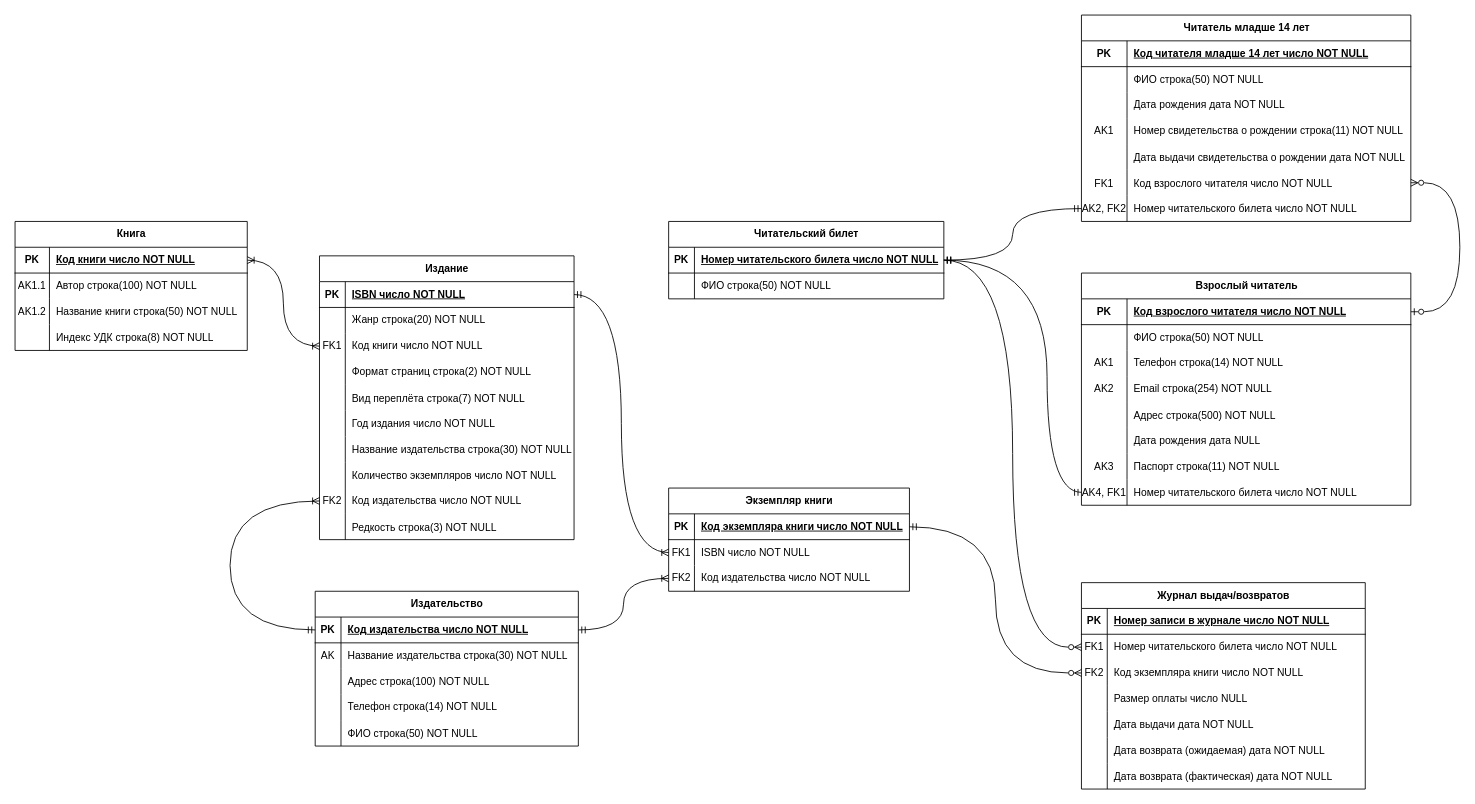
Above: Задание2_Яковенко.drawio in valentinayakov/DB_edu (draw.io), before the change. Source tidied: cells renumbered, new cells numbered last; positions are measured from the earlier drawing's top-left corner, leaving out a move shared by most shapes. Both pictures are drawn from the tidied source at 86%, with x=0, y=0 at pixel (15, 15).
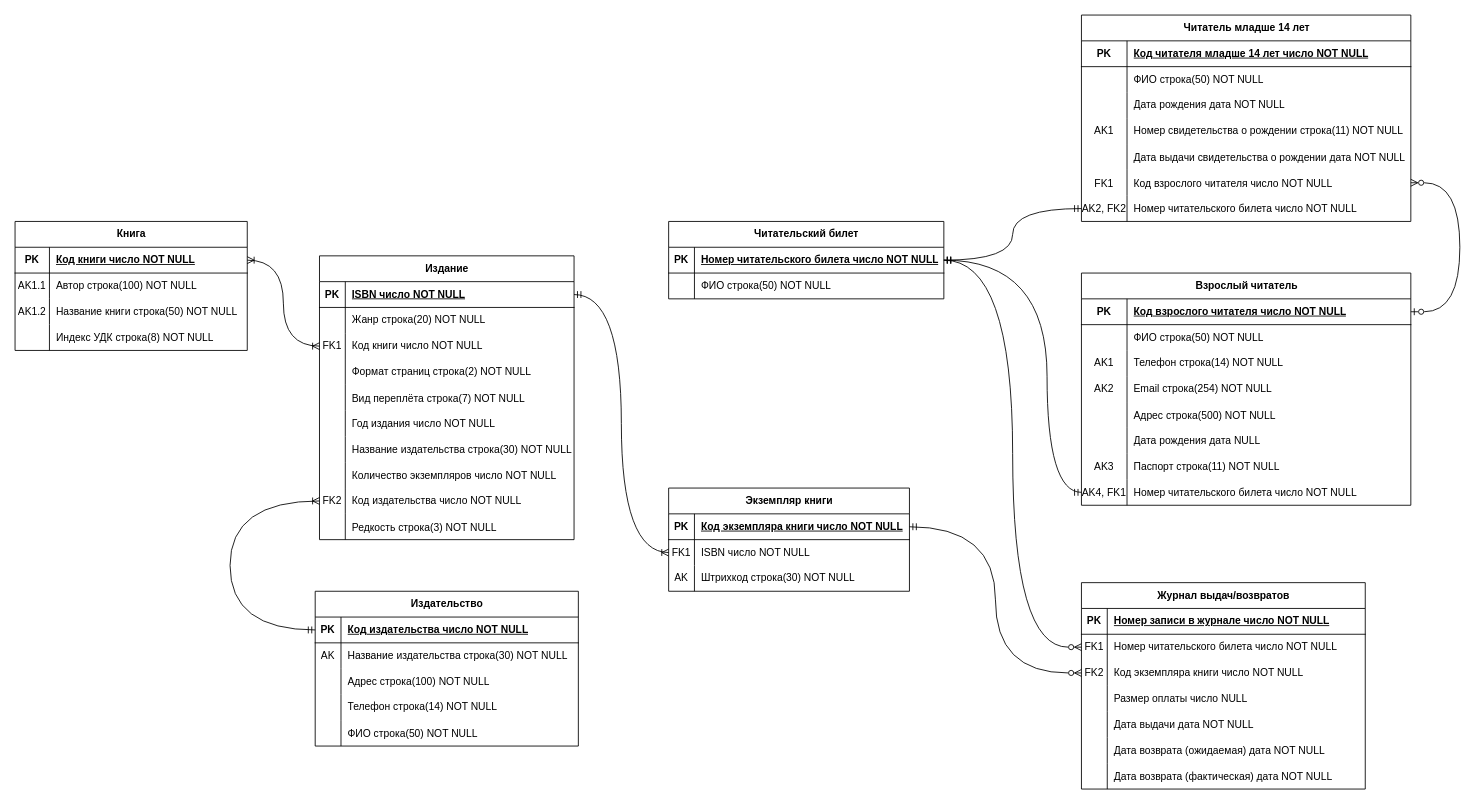
Above is the later version.

The change refers to these unchanged cells:
```xml
<mxCell id="47" style="shape=tableRow;horizontal=0;startSize=0;swimlaneHead=0;swimlaneBody=0;fillColor=none;points=[[0,0.5],[1,0.5]];portConstraint=eastwest;top=0;left=0;right=0;bottom=1;" parent="46" vertex="1">
  <mxGeometry y="30" width="306" height="30" as="geometry" />
</mxCell>
<mxCell id="70" style="shape=tableRow;horizontal=0;startSize=0;swimlaneHead=0;swimlaneBody=0;fillColor=none;points=[[0,0.5],[1,0.5]];portConstraint=eastwest;top=0;left=0;right=0;bottom=0;" parent="63" vertex="1">
  <mxGeometry y="90" width="280" height="30" as="geometry" />
</mxCell>
```

What changed in the source:
```diff
@@
-    <mxCell id="71" value="FK2" style="shape=partialRectangle;fillColor=none;top=0;left=0;bottom=0;right=0;overflow=hidden;whiteSpace=wrap;html=1;" parent="70" vertex="1">
+    <mxCell id="71" value="AK" style="shape=partialRectangle;fillColor=none;top=0;left=0;bottom=0;right=0;overflow=hidden;whiteSpace=wrap;html=1;" parent="70" vertex="1">
       <mxGeometry width="30" height="30" as="geometry" />
     </mxCell>
-    <mxCell id="72" value="Код издательства число NOT NULL" style="shape=partialRectangle;fillColor=none;top=0;left=0;bottom=0;right=0;align=left;spacingLeft=6;overflow=hidden;whiteSpace=wrap;html=1;" parent="70" vertex="1">
+    <mxCell id="72" value="Штрихкод строка(30) NOT NULL" style="shape=partialRectangle;fillColor=none;top=0;left=0;bottom=0;right=0;align=left;spacingLeft=6;overflow=hidden;whiteSpace=wrap;html=1;" parent="70" vertex="1">
       <mxGeometry x="30" width="250" height="30" as="geometry" />
     </mxCell>
@@
-    <mxCell id="74" style="edgeStyle=orthogonalEdgeStyle;rounded=0;jettySize=auto;html=1;exitX=0;exitY=0.5;exitDx=0;exitDy=0;entryX=1;entryY=0.5;entryDx=0;entryDy=0;curved=1;endArrow=ERmandOne;endFill=0;startArrow=ERoneToMany;startFill=0;" parent="1" edge="1" source="70" target="47">
-      <mxGeometry relative="1" as="geometry" />
-    </mxCell>
```
